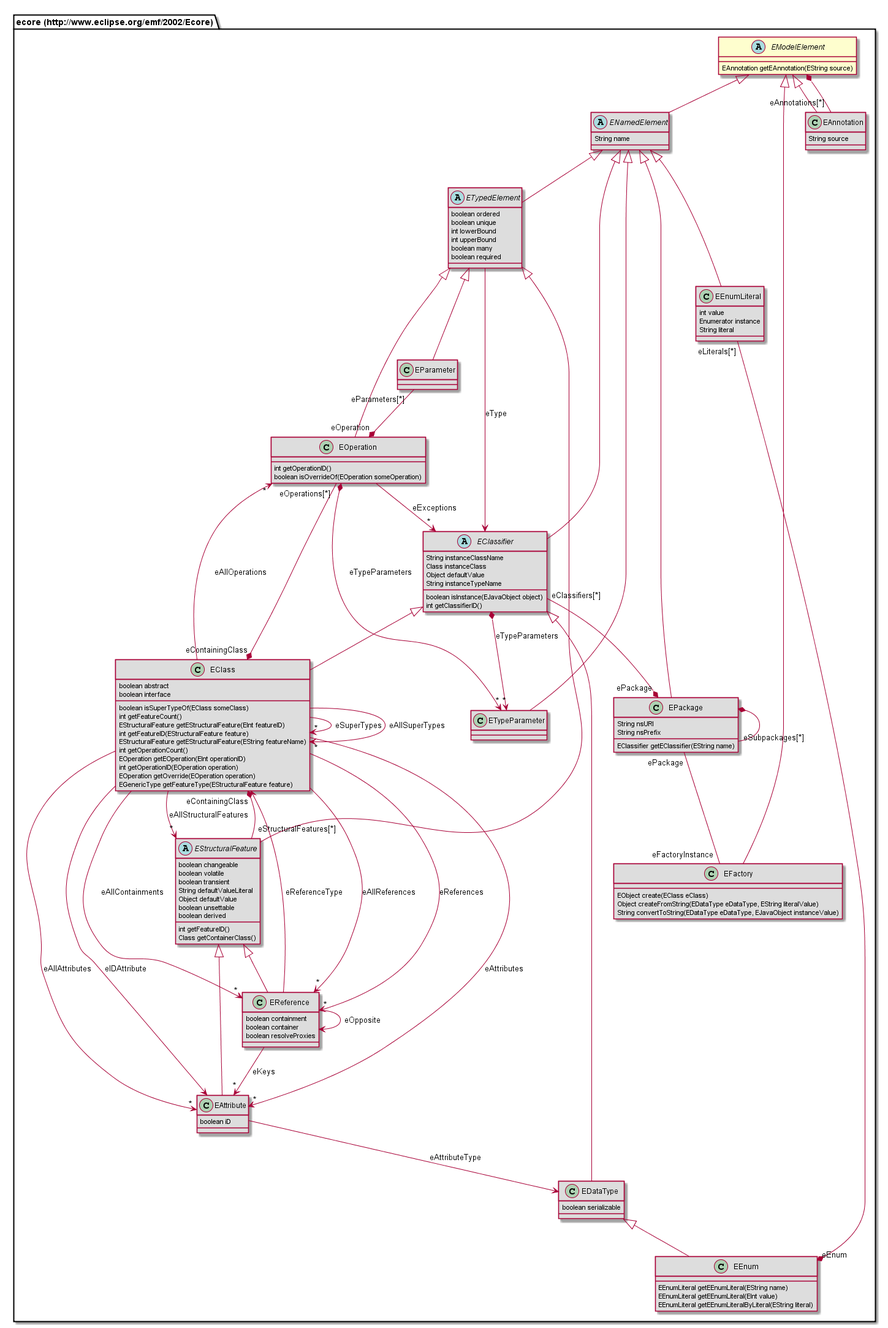
Nasdanika/codegen keeps this PlantUML diagram as org.nasdanika.codegen.editor/doc/model/687474703a2f2f7777772e65636c697073652e6f72672f656d662f323030322f45636f7265/EModelElement.png. Above is the earlier version.
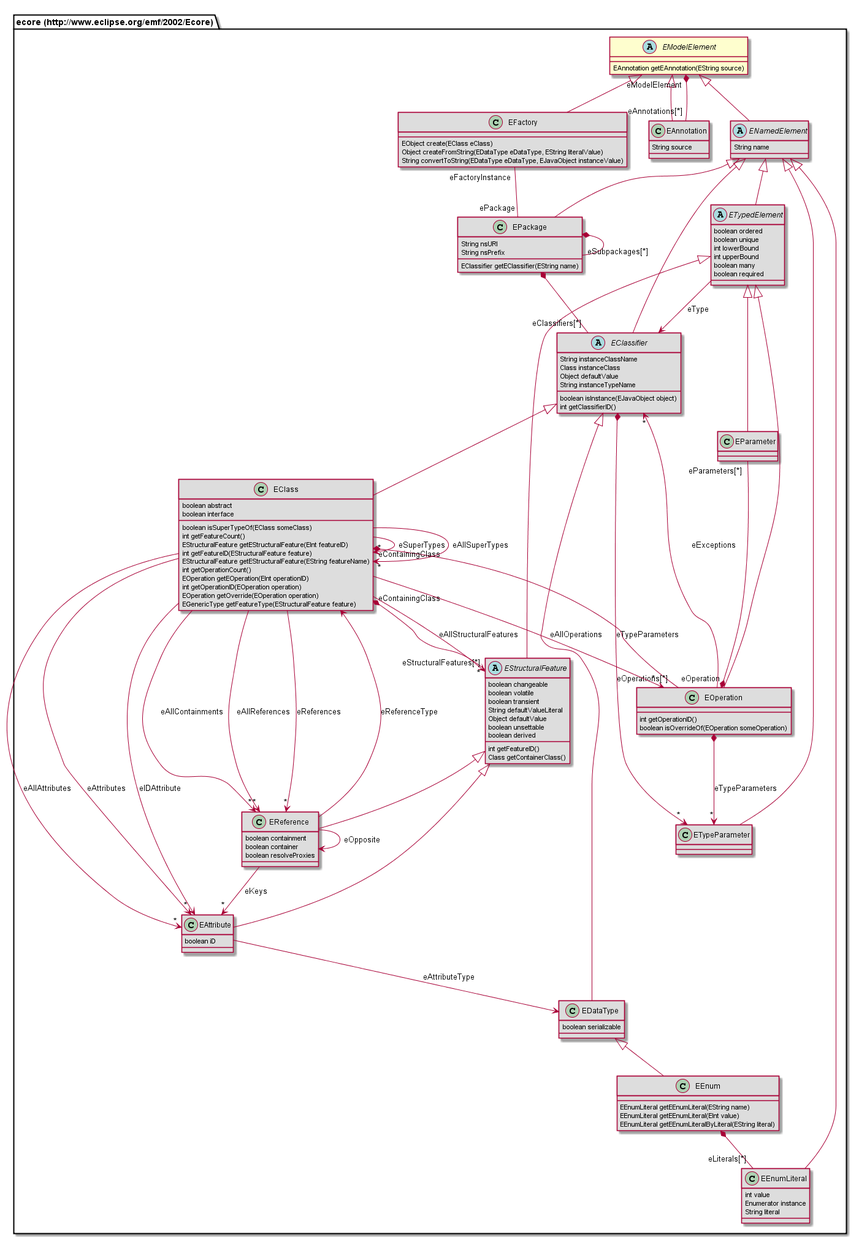
After the commit.

Diff of the diagram source:
```diff
@@ -1,13 +1,16 @@
 @startuml
-abstract class "ecore (http://www.eclipse.org/emf/2002/Ecore).EModelElement" {
+abstract class "ecore (http://www.eclipse.org/emf/2002/Ecore).EModelElement" [[EModelElement.html]] {
 	EAnnotation getEAnnotation(EString source)
 }
-abstract class "ecore (http://www.eclipse.org/emf/2002/Ecore).ENamedElement" #DDDDDD {
-	String name
+class "ecore (http://www.eclipse.org/emf/2002/Ecore).EFactory" [[EFactory.html]] #DDDDDD {
+	EObject create(EClass eClass)
+	Object createFromString(EDataType eDataType, EString literalValue)
+	String convertToString(EDataType eDataType, EJavaObject instanceValue)
 }
-class "ecore (http://www.eclipse.org/emf/2002/Ecore).EParameter" #DDDDDD {
+class "ecore (http://www.eclipse.org/emf/2002/Ecore).EAnnotation" [[EAnnotation.html]] #DDDDDD {
+	String source
 }
-abstract class "ecore (http://www.eclipse.org/emf/2002/Ecore).EStructuralFeature" #DDDDDD {
+abstract class "ecore (http://www.eclipse.org/emf/2002/Ecore).EStructuralFeature" [[EStructuralFeature.html]] #DDDDDD {
 	boolean changeable
 	boolean volatile
 	boolean transient
@@ -18,21 +21,23 @@
 	int getFeatureID()
 	Class getContainerClass()
 }
-class "ecore (http://www.eclipse.org/emf/2002/Ecore).EOperation" #DDDDDD {
-	int getOperationID()
-	boolean isOverrideOf(EOperation someOperation)
+class "ecore (http://www.eclipse.org/emf/2002/Ecore).EDataType" [[EDataType.html]] #DDDDDD {
+	boolean serializable
 }
-class "ecore (http://www.eclipse.org/emf/2002/Ecore).EReference" #DDDDDD {
+abstract class "ecore (http://www.eclipse.org/emf/2002/Ecore).ENamedElement" [[ENamedElement.html]] #DDDDDD {
+	String name
+}
+class "ecore (http://www.eclipse.org/emf/2002/Ecore).EAttribute" [[EAttribute.html]] #DDDDDD {
+	boolean iD
+}
+class "ecore (http://www.eclipse.org/emf/2002/Ecore).EParameter" [[EParameter.html]] #DDDDDD {
+}
+class "ecore (http://www.eclipse.org/emf/2002/Ecore).EReference" [[EReference.html]] #DDDDDD {
 	boolean containment
 	boolean container
 	boolean resolveProxies
 }
-class "ecore (http://www.eclipse.org/emf/2002/Ecore).EEnumLiteral" #DDDDDD {
-	int value
-	Enumerator instance
-	String literal
-}
-abstract class "ecore (http://www.eclipse.org/emf/2002/Ecore).ETypedElement" #DDDDDD {
+abstract class "ecore (http://www.eclipse.org/emf/2002/Ecore).ETypedElement" [[ETypedElement.html]] #DDDDDD {
 	boolean ordered
 	boolean unique
 	int lowerBound
@@ -40,7 +45,21 @@
 	boolean many
 	boolean required
 }
-class "ecore (http://www.eclipse.org/emf/2002/Ecore).EClass" #DDDDDD {
+class "ecore (http://www.eclipse.org/emf/2002/Ecore).EOperation" [[EOperation.html]] #DDDDDD {
+	int getOperationID()
+	boolean isOverrideOf(EOperation someOperation)
+}
+class "ecore (http://www.eclipse.org/emf/2002/Ecore).EPackage" [[EPackage.html]] #DDDDDD {
+	String nsURI
+	String nsPrefix
+	EClassifier getEClassifier(EString name)
+}
+class "ecore (http://www.eclipse.org/emf/2002/Ecore).EEnum" [[EEnum.html]] #DDDDDD {
+	EEnumLiteral getEEnumLiteral(EString name)
+	EEnumLiteral getEEnumLiteral(EInt value)
+	EEnumLiteral getEEnumLiteralByLiteral(EString literal)
+}
+class "ecore (http://www.eclipse.org/emf/2002/Ecore).EClass" [[EClass.html]] #DDDDDD {
 	boolean abstract
 	boolean interface
 	boolean isSuperTypeOf(EClass someClass)
@@ -54,10 +73,7 @@
 	EOperation getOverride(EOperation operation)
 	EGenericType getFeatureType(EStructuralFeature feature)
 }
-class "ecore (http://www.eclipse.org/emf/2002/Ecore).EDataType" #DDDDDD {
-	boolean serializable
-}
-abstract class "ecore (http://www.eclipse.org/emf/2002/Ecore).EClassifier" #DDDDDD {
+abstract class "ecore (http://www.eclipse.org/emf/2002/Ecore).EClassifier" [[EClassifier.html]] #DDDDDD {
 	String instanceClassName
 	Class instanceClass
 	Object defaultValue
@@ -65,56 +81,44 @@
 	boolean isInstance(EJavaObject object)
 	int getClassifierID()
 }
-class "ecore (http://www.eclipse.org/emf/2002/Ecore).EEnum" #DDDDDD {
-	EEnumLiteral getEEnumLiteral(EString name)
-	EEnumLiteral getEEnumLiteral(EInt value)
-	EEnumLiteral getEEnumLiteralByLiteral(EString literal)
+class "ecore (http://www.eclipse.org/emf/2002/Ecore).ETypeParameter" [[ETypeParameter.html]] #DDDDDD {
 }
-class "ecore (http://www.eclipse.org/emf/2002/Ecore).EPackage" #DDDDDD {
-	String nsURI
-	String nsPrefix
-	EClassifier getEClassifier(EString name)
+class "ecore (http://www.eclipse.org/emf/2002/Ecore).EEnumLiteral" [[EEnumLiteral.html]] #DDDDDD {
+	int value
+	Enumerator instance
+	String literal
 }
-class "ecore (http://www.eclipse.org/emf/2002/Ecore).EAttribute" #DDDDDD {
-	boolean iD
-}
-class "ecore (http://www.eclipse.org/emf/2002/Ecore).EFactory" #DDDDDD {
-	EObject create(EClass eClass)
-	Object createFromString(EDataType eDataType, EString literalValue)
-	String convertToString(EDataType eDataType, EJavaObject instanceValue)
-}
-class "ecore (http://www.eclipse.org/emf/2002/Ecore).ETypeParameter" #DDDDDD {
-}
-class "ecore (http://www.eclipse.org/emf/2002/Ecore).EAnnotation" #DDDDDD {
-	String source
-}
+"ecore (http://www.eclipse.org/emf/2002/Ecore).EModelElement" <|-- "ecore (http://www.eclipse.org/emf/2002/Ecore).EFactory"
+"ecore (http://www.eclipse.org/emf/2002/Ecore).EModelElement" <|-- "ecore (http://www.eclipse.org/emf/2002/Ecore).EAnnotation"
+"ecore (http://www.eclipse.org/emf/2002/Ecore).ETypedElement" <|-- "ecore (http://www.eclipse.org/emf/2002/Ecore).EStructuralFeature"
+"ecore (http://www.eclipse.org/emf/2002/Ecore).EClassifier" <|-- "ecore (http://www.eclipse.org/emf/2002/Ecore).EDataType"
 "ecore (http://www.eclipse.org/emf/2002/Ecore).EModelElement" <|-- "ecore (http://www.eclipse.org/emf/2002/Ecore).ENamedElement"
+"ecore (http://www.eclipse.org/emf/2002/Ecore).EStructuralFeature" <|-- "ecore (http://www.eclipse.org/emf/2002/Ecore).EAttribute"
 "ecore (http://www.eclipse.org/emf/2002/Ecore).ETypedElement" <|-- "ecore (http://www.eclipse.org/emf/2002/Ecore).EParameter"
-"ecore (http://www.eclipse.org/emf/2002/Ecore).ETypedElement" <|-- "ecore (http://www.eclipse.org/emf/2002/Ecore).EStructuralFeature"
+"ecore (http://www.eclipse.org/emf/2002/Ecore).EStructuralFeature" <|-- "ecore (http://www.eclipse.org/emf/2002/Ecore).EReference"
+"ecore (http://www.eclipse.org/emf/2002/Ecore).ENamedElement" <|-- "ecore (http://www.eclipse.org/emf/2002/Ecore).ETypedElement"
 "ecore (http://www.eclipse.org/emf/2002/Ecore).ETypedElement" <|-- "ecore (http://www.eclipse.org/emf/2002/Ecore).EOperation"
-"ecore (http://www.eclipse.org/emf/2002/Ecore).EStructuralFeature" <|-- "ecore (http://www.eclipse.org/emf/2002/Ecore).EReference"
+"ecore (http://www.eclipse.org/emf/2002/Ecore).ENamedElement" <|-- "ecore (http://www.eclipse.org/emf/2002/Ecore).EPackage"
+"ecore (http://www.eclipse.org/emf/2002/Ecore).EDataType" <|-- "ecore (http://www.eclipse.org/emf/2002/Ecore).EEnum"
+"ecore (http://www.eclipse.org/emf/2002/Ecore).EClassifier" <|-- "ecore (http://www.eclipse.org/emf/2002/Ecore).EClass"
+"ecore (http://www.eclipse.org/emf/2002/Ecore).ENamedElement" <|-- "ecore (http://www.eclipse.org/emf/2002/Ecore).EClassifier"
+"ecore (http://www.eclipse.org/emf/2002/Ecore).ENamedElement" <|-- "ecore (http://www.eclipse.org/emf/2002/Ecore).ETypeParameter"
 "ecore (http://www.eclipse.org/emf/2002/Ecore).ENamedElement" <|-- "ecore (http://www.eclipse.org/emf/2002/Ecore).EEnumLiteral"
-"ecore (http://www.eclipse.org/emf/2002/Ecore).ENamedElement" <|-- "ecore (http://www.eclipse.org/emf/2002/Ecore).ETypedElement"
-"ecore (http://www.eclipse.org/emf/2002/Ecore).EClassifier" <|-- "ecore (http://www.eclipse.org/emf/2002/Ecore).EClass"
-"ecore (http://www.eclipse.org/emf/2002/Ecore).EClassifier" <|-- "ecore (http://www.eclipse.org/emf/2002/Ecore).EDataType"
-"ecore (http://www.eclipse.org/emf/2002/Ecore).ENamedElement" <|-- "ecore (http://www.eclipse.org/emf/2002/Ecore).EClassifier"
-"ecore (http://www.eclipse.org/emf/2002/Ecore).EDataType" <|-- "ecore (http://www.eclipse.org/emf/2002/Ecore).EEnum"
-"ecore (http://www.eclipse.org/emf/2002/Ecore).ENamedElement" <|-- "ecore (http://www.eclipse.org/emf/2002/Ecore).EPackage"
-"ecore (http://www.eclipse.org/emf/2002/Ecore).EStructuralFeature" <|-- "ecore (http://www.eclipse.org/emf/2002/Ecore).EAttribute"
-"ecore (http://www.eclipse.org/emf/2002/Ecore).EModelElement" <|-- "ecore (http://www.eclipse.org/emf/2002/Ecore).EFactory"
-"ecore (http://www.eclipse.org/emf/2002/Ecore).ENamedElement" <|-- "ecore (http://www.eclipse.org/emf/2002/Ecore).ETypeParameter"
-"ecore (http://www.eclipse.org/emf/2002/Ecore).EModelElement" <|-- "ecore (http://www.eclipse.org/emf/2002/Ecore).EAnnotation"
+"ecore (http://www.eclipse.org/emf/2002/Ecore).EFactory" "eFactoryInstance" -- "ePackage" "ecore (http://www.eclipse.org/emf/2002/Ecore).EPackage"
+"ecore (http://www.eclipse.org/emf/2002/Ecore).EAnnotation" "eAnnotations[*]" --* "eModelElement" "ecore (http://www.eclipse.org/emf/2002/Ecore).EModelElement"
+"ecore (http://www.eclipse.org/emf/2002/Ecore).EStructuralFeature" "eStructuralFeatures[*]" --* "eContainingClass" "ecore (http://www.eclipse.org/emf/2002/Ecore).EClass"
+"ecore (http://www.eclipse.org/emf/2002/Ecore).EAttribute" --> "ecore (http://www.eclipse.org/emf/2002/Ecore).EDataType" : eAttributeType
 "ecore (http://www.eclipse.org/emf/2002/Ecore).EParameter" "eParameters[*]" --* "eOperation" "ecore (http://www.eclipse.org/emf/2002/Ecore).EOperation"
-"ecore (http://www.eclipse.org/emf/2002/Ecore).EStructuralFeature" "eStructuralFeatures[*]" --* "eContainingClass" "ecore (http://www.eclipse.org/emf/2002/Ecore).EClass"
-"ecore (http://www.eclipse.org/emf/2002/Ecore).EModelElement" *-- "eAnnotations[*]" "ecore (http://www.eclipse.org/emf/2002/Ecore).EAnnotation"
+"ecore (http://www.eclipse.org/emf/2002/Ecore).EReference" --> "ecore (http://www.eclipse.org/emf/2002/Ecore).EReference" : eOpposite
+"ecore (http://www.eclipse.org/emf/2002/Ecore).EReference" --> "ecore (http://www.eclipse.org/emf/2002/Ecore).EClass" : eReferenceType
+"ecore (http://www.eclipse.org/emf/2002/Ecore).EReference" --> "*" "ecore (http://www.eclipse.org/emf/2002/Ecore).EAttribute" : eKeys
+"ecore (http://www.eclipse.org/emf/2002/Ecore).ETypedElement" --> "ecore (http://www.eclipse.org/emf/2002/Ecore).EClassifier" : eType
 "ecore (http://www.eclipse.org/emf/2002/Ecore).EOperation" "eOperations[*]" --* "eContainingClass" "ecore (http://www.eclipse.org/emf/2002/Ecore).EClass"
 "ecore (http://www.eclipse.org/emf/2002/Ecore).EOperation" *--> "*" "ecore (http://www.eclipse.org/emf/2002/Ecore).ETypeParameter" : eTypeParameters
 "ecore (http://www.eclipse.org/emf/2002/Ecore).EOperation" --> "*" "ecore (http://www.eclipse.org/emf/2002/Ecore).EClassifier" : eExceptions
-"ecore (http://www.eclipse.org/emf/2002/Ecore).EReference" --> "ecore (http://www.eclipse.org/emf/2002/Ecore).EReference" : eOpposite
-"ecore (http://www.eclipse.org/emf/2002/Ecore).EReference" --> "ecore (http://www.eclipse.org/emf/2002/Ecore).EClass" : eReferenceType
-"ecore (http://www.eclipse.org/emf/2002/Ecore).EReference" --> "*" "ecore (http://www.eclipse.org/emf/2002/Ecore).EAttribute" : eKeys
-"ecore (http://www.eclipse.org/emf/2002/Ecore).EEnumLiteral" "eLiterals[*]" --* "eEnum" "ecore (http://www.eclipse.org/emf/2002/Ecore).EEnum"
-"ecore (http://www.eclipse.org/emf/2002/Ecore).ETypedElement" --> "ecore (http://www.eclipse.org/emf/2002/Ecore).EClassifier" : eType
+"ecore (http://www.eclipse.org/emf/2002/Ecore).EPackage" *-- "eClassifiers[*]" "ecore (http://www.eclipse.org/emf/2002/Ecore).EClassifier"
+"ecore (http://www.eclipse.org/emf/2002/Ecore).EPackage" *-- "eSubpackages[*]" "ecore (http://www.eclipse.org/emf/2002/Ecore).EPackage"
+"ecore (http://www.eclipse.org/emf/2002/Ecore).EEnum" *-- "eLiterals[*]" "ecore (http://www.eclipse.org/emf/2002/Ecore).EEnumLiteral"
 "ecore (http://www.eclipse.org/emf/2002/Ecore).EClass" --> "*" "ecore (http://www.eclipse.org/emf/2002/Ecore).EClass" : eSuperTypes
 "ecore (http://www.eclipse.org/emf/2002/Ecore).EClass" --> "*" "ecore (http://www.eclipse.org/emf/2002/Ecore).EAttribute" : eAllAttributes
 "ecore (http://www.eclipse.org/emf/2002/Ecore).EClass" --> "*" "ecore (http://www.eclipse.org/emf/2002/Ecore).EReference" : eAllReferences
@@ -125,9 +129,5 @@
 "ecore (http://www.eclipse.org/emf/2002/Ecore).EClass" --> "*" "ecore (http://www.eclipse.org/emf/2002/Ecore).EStructuralFeature" : eAllStructuralFeatures
 "ecore (http://www.eclipse.org/emf/2002/Ecore).EClass" --> "*" "ecore (http://www.eclipse.org/emf/2002/Ecore).EClass" : eAllSuperTypes
 "ecore (http://www.eclipse.org/emf/2002/Ecore).EClass" --> "ecore (http://www.eclipse.org/emf/2002/Ecore).EAttribute" : eIDAttribute
-"ecore (http://www.eclipse.org/emf/2002/Ecore).EClassifier" "eClassifiers[*]" --* "ePackage" "ecore (http://www.eclipse.org/emf/2002/Ecore).EPackage"
 "ecore (http://www.eclipse.org/emf/2002/Ecore).EClassifier" *--> "*" "ecore (http://www.eclipse.org/emf/2002/Ecore).ETypeParameter" : eTypeParameters
-"ecore (http://www.eclipse.org/emf/2002/Ecore).EPackage" "ePackage" -- "eFactoryInstance" "ecore (http://www.eclipse.org/emf/2002/Ecore).EFactory"
-"ecore (http://www.eclipse.org/emf/2002/Ecore).EPackage" *-- "eSubpackages[*]" "ecore (http://www.eclipse.org/emf/2002/Ecore).EPackage"
-"ecore (http://www.eclipse.org/emf/2002/Ecore).EAttribute" --> "ecore (http://www.eclipse.org/emf/2002/Ecore).EDataType" : eAttributeType
 @enduml
```
